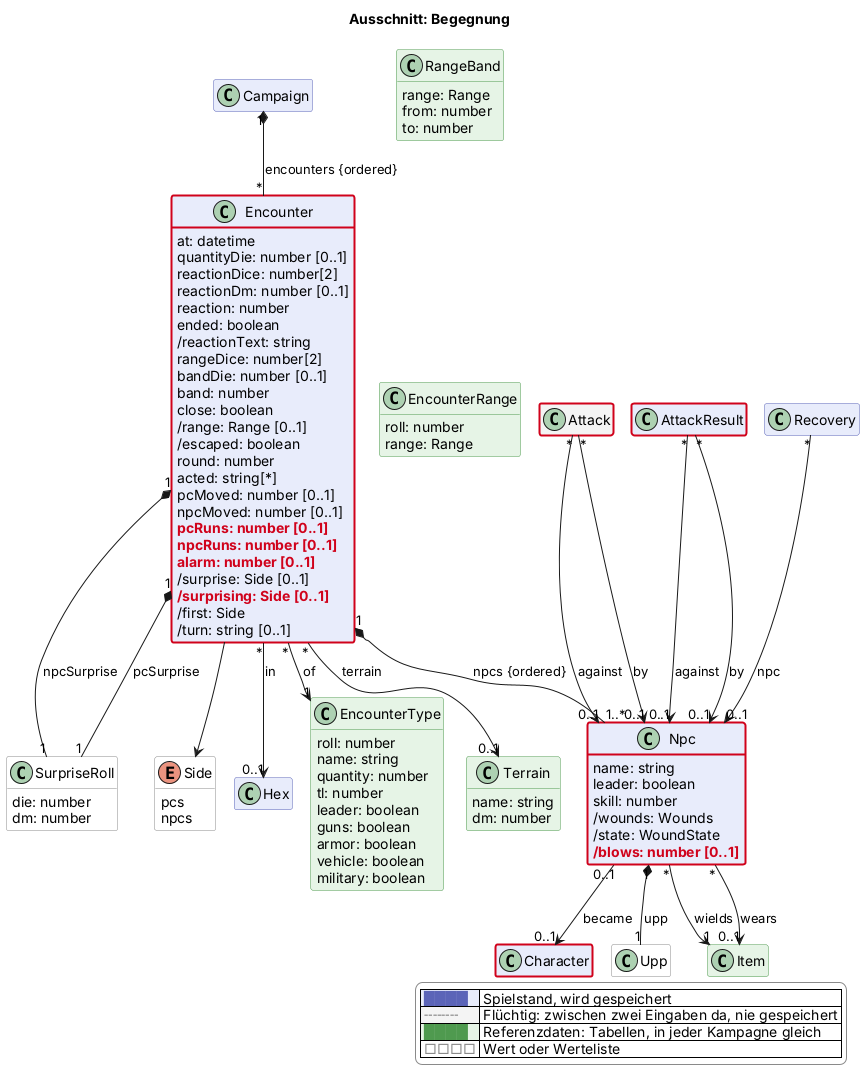
Above: docs/views/begegnung.png in scuzzar/SRE (PlantUML), before the change. Source of this version:
```plantuml
@startuml
!if %not(%variable_exists("$change"))
!$change = "*"
!endif
!function $marked($c)
!return $change == "*" || $change == $c
!endfunction
!function $new($c, $t)
!if $marked($c)
!return "<color:#d0021b><b>" + $t + "</b></color>"
!endif
!return $t
!endfunction
!procedure $gone($c, $t)
!if $marked($c)
<color:#d0021b><s>$t</s></color>
!endif
!endprocedure
!function $newClass($c)
!if $marked($c)
!return "#line:d0021b;line.bold"
!endif
!return ""
!endfunction
!function $newArrow($c)
!if $marked($c)
!return "[#d0021b,bold]"
!endif
!return ""
!endfunction
!pragma layout smetana
title Ausschnitt: Begegnung
hide empty members
hide methods
skinparam classAttributeIconSize 0
skinparam shadowing false
skinparam packageStyle rectangle
skinparam class {
  BackgroundColor #e8ecfb
  BorderColor #5b64b8
  BackgroundColor<<transient>> #f4f4f4
  BorderColor<<transient>> #8a8a8a
  BackgroundColor<<reference>> #e6f4e6
  BorderColor<<reference>> #4f9a4f
  BackgroundColor<<value>> #ffffff
  BorderColor<<value>> #8a8a8a
}
skinparam legendBackgroundColor #ffffff
skinparam legendBorderColor #8a8a8a
<style>
classDiagram {
  class {
    .transient {
      LineStyle 5-3
    }
  }
}
</style>
hide <<transient>> stereotype
hide <<reference>> stereotype
hide <<value>> stereotype

  class Campaign $kampagne
  class Character $charakter
  class Upp <<value>> $charakter


  class Hex $sektor


  class Attack <<transient>> $kampf
  class AttackResult $kampf
  class Recovery $kampf
  class Encounter $begegnung {
    at: datetime
    quantityDie: number [0..1]
    reactionDice: number[2]
    reactionDm: number [0..1]
    reaction: number
    ended: boolean
    /reactionText: string
    rangeDice: number[2]
    bandDie: number [0..1]
    band: number
    close: boolean
    /range: Range [0..1]
    /escaped: boolean
    round: number
    acted: string[*]
    pcMoved: number [0..1]
    npcMoved: number [0..1]
    $new("2026-11-07d", "pcRuns: number [0..1]")
    $new("2026-11-07d", "npcRuns: number [0..1]")
    $new("2026-11-07d", "alarm: number [0..1]")
    /surprise: Side [0..1]
    $new("2026-11-07d", "/surprising: Side [0..1]")
    /first: Side
    /turn: string [0..1]
  }
  class SurpriseRoll <<value>> $begegnung {
    die: number
    dm: number
  }
  enum Side <<value>> $begegnung {
    pcs
    npcs
  }
  class Terrain <<reference>> $begegnung {
    name: string
    dm: number
  }
  class EncounterRange <<reference>> $begegnung {
    roll: number
    range: Range
  }
  class RangeBand <<reference>> $begegnung {
    range: Range
    from: number
    to: number
  }
  class Npc $begegnung {
    name: string
    leader: boolean
    skill: number
    /wounds: Wounds
    /state: WoundState
    $new("2026-11-07d", "/blows: number [0..1]")
  }
  class EncounterType <<reference>> $begegnung {
    roll: number
    name: string
    quantity: number
    tl: number
    leader: boolean
    guns: boolean
    armor: boolean
    vehicle: boolean
    military: boolean
  }

  class Item <<reference>> $shop







Recovery "*" --> "0..1" Npc : npc


Attack "*" --> "0..1" Npc : by
Attack "*" --> "0..1" Npc : against
AttackResult "*" --> "0..1" Npc : by
AttackResult "*" --> "0..1" Npc : against

Campaign "1" *-- "*" Encounter : encounters {ordered}
Encounter "*" --> "1" EncounterType : of
Encounter "*" --> "0..1" Terrain : terrain
Encounter "1" *-- "1" SurpriseRoll : pcSurprise
Encounter "1" *-- "1" SurpriseRoll : npcSurprise
Encounter --> Side
EncounterRange -[hidden]- Terrain
RangeBand -[hidden]- EncounterRange
Encounter "*" --> "0..1" Hex : in
Encounter "1" *-- "1..*" Npc : npcs {ordered}
Npc "1" *-- "1" Upp : upp
Npc "*" --> "1" Item : wields
Npc "*" --> "0..1" Item : wears
Npc "0..1" --> "0..1" Character : became



legend right
  |<#e8ecfb> <color:#5b64b8>████</color> | Spielstand, wird gespeichert |
  |<#f4f4f4> <color:#8a8a8a>╌╌╌╌</color> | Flüchtig: zwischen zwei Eingaben da, nie gespeichert |
  |<#e6f4e6> <color:#4f9a4f>████</color> | Referenzdaten: Tabellen, in jeder Kampagne gleich |
  |<#ffffff> <color:#8a8a8a>□□□□</color> | Wert oder Werteliste |
endlegend
class Character #line:d0021b;line.bold
class Attack #line:d0021b;line.bold
class AttackResult #line:d0021b;line.bold
class Encounter #line:d0021b;line.bold
class Npc #line:d0021b;line.bold
@enduml
```
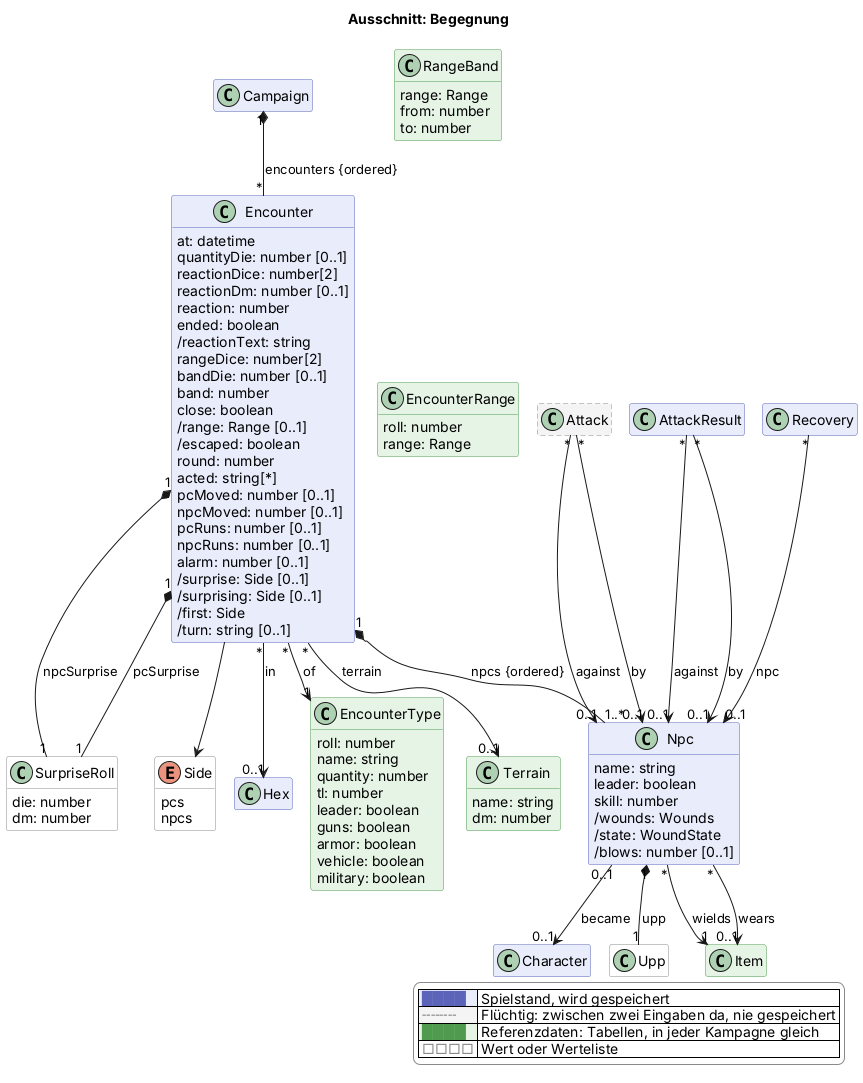
After the commit.

What changed in the source:
```diff
@@ -89,11 +89,11 @@
     acted: string[*]
     pcMoved: number [0..1]
     npcMoved: number [0..1]
-    $new("2026-11-07d", "pcRuns: number [0..1]")
-    $new("2026-11-07d", "npcRuns: number [0..1]")
-    $new("2026-11-07d", "alarm: number [0..1]")
+    pcRuns: number [0..1]
+    npcRuns: number [0..1]
+    alarm: number [0..1]
     /surprise: Side [0..1]
-    $new("2026-11-07d", "/surprising: Side [0..1]")
+    /surprising: Side [0..1]
     /first: Side
     /turn: string [0..1]
   }
@@ -124,7 +124,7 @@
     skill: number
     /wounds: Wounds
     /state: WoundState
-    $new("2026-11-07d", "/blows: number [0..1]")
+    /blows: number [0..1]
   }
   class EncounterType <<reference>> $begegnung {
     roll: number
@@ -177,9 +177,4 @@
   |<#e6f4e6> <color:#4f9a4f>████</color> | Referenzdaten: Tabellen, in jeder Kampagne gleich |
   |<#ffffff> <color:#8a8a8a>□□□□</color> | Wert oder Werteliste |
 endlegend
-class Character #line:d0021b;line.bold
-class Attack #line:d0021b;line.bold
-class AttackResult #line:d0021b;line.bold
-class Encounter #line:d0021b;line.bold
-class Npc #line:d0021b;line.bold
 @enduml
```
